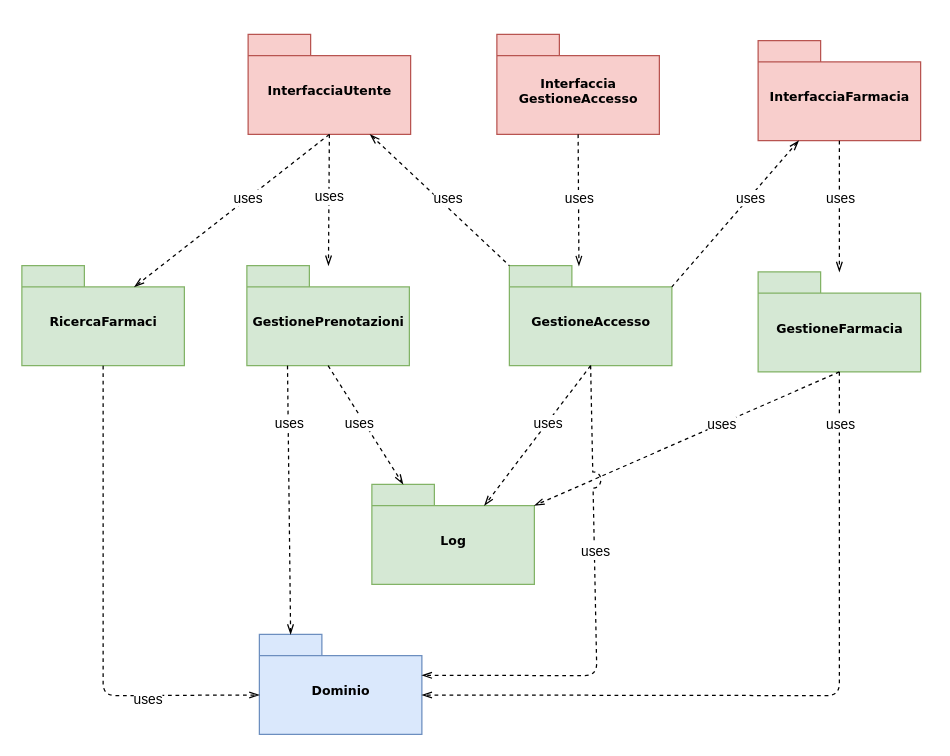
This is page "Package" (1 of 4) of drawio/Architettura Logica/Diagrammi.drawio from lnwor/farmabyte-doc, a draw.io file, before an edit. Source tidied: cells renumbered, new cells numbered last; positions are measured from the earlier drawing's top-left corner, leaving out a move shared by most shapes. Both pictures are drawn from the tidied source at 125%, with x=0, y=0 at pixel (21, 34).
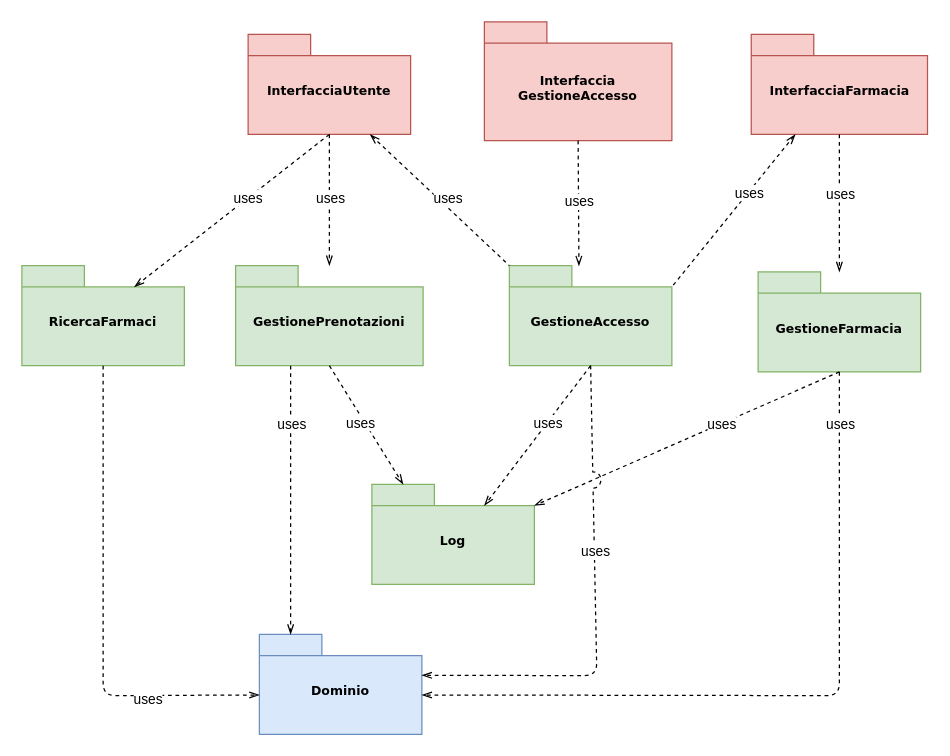
The same page after the edit.

Diff of the diagram source:
```diff
@@
-    <mxCell id="2" value="Dominio" style="shape=folder;fontStyle=1;spacingTop=10;tabWidth=50;tabHeight=17;tabPosition=left;html=1;rounded=0;shadow=0;comic=0;labelBackgroundColor=none;strokeColor=#6c8ebf;strokeWidth=1;fillColor=#dae8fc;fontFamily=Verdana;fontSize=10;align=center;" parent="1" vertex="1">
+    <mxCell id="2" value="Dominio" style="shape=folder;fontStyle=1;spacingTop=10;tabWidth=50;tabHeight=17;tabPosition=left;html=1;rounded=0;shadow=0;comic=0;labelBackgroundColor=none;strokeColor=#6c8ebf;strokeWidth=1;fillColor=#dae8fc;fontFamily=Verdana;fontSize=10;align=center;whiteSpace=wrap;" parent="1" vertex="1">
       <mxGeometry x="190" y="480" width="130" height="80" as="geometry" />
     </mxCell>
-    <mxCell id="3" value="GestionePrenotazioni" style="shape=folder;fontStyle=1;spacingTop=10;tabWidth=50;tabHeight=17;tabPosition=left;html=1;rounded=0;shadow=0;comic=0;labelBackgroundColor=none;strokeColor=#82b366;strokeWidth=1;fillColor=#d5e8d4;fontFamily=Verdana;fontSize=10;align=center;" parent="1" vertex="1">
-      <mxGeometry x="180" y="185" width="130" height="80" as="geometry" />
+    <mxCell id="3" value="GestionePrenotazioni" style="shape=folder;fontStyle=1;spacingTop=10;tabWidth=50;tabHeight=17;tabPosition=left;html=1;rounded=0;shadow=0;comic=0;labelBackgroundColor=none;strokeColor=#82b366;strokeWidth=1;fillColor=#d5e8d4;fontFamily=Verdana;fontSize=10;align=center;whiteSpace=wrap;" parent="1" vertex="1">
+      <mxGeometry x="171" y="185" width="150" height="80" as="geometry" />
     </mxCell>
-    <mxCell id="4" value="GestioneAccesso" style="shape=folder;fontStyle=1;spacingTop=10;tabWidth=50;tabHeight=17;tabPosition=left;html=1;rounded=0;shadow=0;comic=0;labelBackgroundColor=none;strokeColor=#82b366;strokeWidth=1;fillColor=#d5e8d4;fontFamily=Verdana;fontSize=10;align=center;" parent="1" vertex="1">
+    <mxCell id="4" value="GestioneAccesso" style="shape=folder;fontStyle=1;spacingTop=10;tabWidth=50;tabHeight=17;tabPosition=left;html=1;rounded=0;shadow=0;comic=0;labelBackgroundColor=none;strokeColor=#82b366;strokeWidth=1;fillColor=#d5e8d4;fontFamily=Verdana;fontSize=10;align=center;whiteSpace=wrap;" parent="1" vertex="1">
       <mxGeometry x="390" y="185" width="130" height="80" as="geometry" />
     </mxCell>
-    <mxCell id="5" value="InterfacciaFarmacia" style="shape=folder;fontStyle=1;spacingTop=10;tabWidth=50;tabHeight=17;tabPosition=left;html=1;rounded=0;shadow=0;comic=0;labelBackgroundColor=none;strokeColor=#b85450;strokeWidth=1;fillColor=#f8cecc;fontFamily=Verdana;fontSize=10;align=center;" parent="1" vertex="1">
-      <mxGeometry x="589" y="5" width="130" height="80" as="geometry" />
+    <mxCell id="5" value="InterfacciaFarmacia" style="shape=folder;fontStyle=1;spacingTop=10;tabWidth=50;tabHeight=17;tabPosition=left;html=1;rounded=0;shadow=0;comic=0;labelBackgroundColor=none;strokeColor=#b85450;strokeWidth=1;fillColor=#f8cecc;fontFamily=Verdana;fontSize=10;align=center;whiteSpace=wrap;" parent="1" vertex="1">
+      <mxGeometry x="583.5" width="141" height="80" as="geometry" />
     </mxCell>
-    <mxCell id="6" value="InterfacciaUtente" style="shape=folder;fontStyle=1;spacingTop=10;tabWidth=50;tabHeight=17;tabPosition=left;html=1;rounded=0;shadow=0;comic=0;labelBackgroundColor=none;strokeColor=#b85450;strokeWidth=1;fillColor=#f8cecc;fontFamily=Verdana;fontSize=10;align=center;" parent="1" vertex="1">
+    <mxCell id="6" value="InterfacciaUtente" style="shape=folder;fontStyle=1;spacingTop=10;tabWidth=50;tabHeight=17;tabPosition=left;html=1;rounded=0;shadow=0;comic=0;labelBackgroundColor=none;strokeColor=#b85450;strokeWidth=1;fillColor=#f8cecc;fontFamily=Verdana;fontSize=10;align=center;whiteSpace=wrap;" parent="1" vertex="1">
       <mxGeometry x="181" width="130" height="80" as="geometry" />
     </mxCell>
-    <mxCell id="7" value="Interfaccia&lt;br&gt;GestioneAccesso" style="shape=folder;fontStyle=1;spacingTop=10;tabWidth=50;tabHeight=17;tabPosition=left;html=1;rounded=0;shadow=0;comic=0;labelBackgroundColor=none;strokeColor=#b85450;strokeWidth=1;fillColor=#f8cecc;fontFamily=Verdana;fontSize=10;align=center;" parent="1" vertex="1">
-      <mxGeometry x="380" width="130" height="80" as="geometry" />
+    <mxCell id="7" value="Interfaccia&lt;br&gt;GestioneAccesso" style="shape=folder;fontStyle=1;spacingTop=10;tabWidth=50;tabHeight=17;tabPosition=left;html=1;rounded=0;shadow=0;comic=0;labelBackgroundColor=none;strokeColor=#b85450;strokeWidth=1;fillColor=#f8cecc;fontFamily=Verdana;fontSize=10;align=center;whiteSpace=wrap;" parent="1" vertex="1">
+      <mxGeometry x="370" y="-10" width="150" height="95" as="geometry" />
     </mxCell>
-    <mxCell id="8" value="Log" style="shape=folder;fontStyle=1;spacingTop=10;tabWidth=50;tabHeight=17;tabPosition=left;html=1;rounded=0;shadow=0;comic=0;labelBackgroundColor=none;strokeWidth=1;fontFamily=Verdana;fontSize=10;align=center;fillColor=#d5e8d4;strokeColor=#82b366;" parent="1" vertex="1">
+    <mxCell id="8" value="Log" style="shape=folder;fontStyle=1;spacingTop=10;tabWidth=50;tabHeight=17;tabPosition=left;html=1;rounded=0;shadow=0;comic=0;labelBackgroundColor=none;strokeWidth=1;fontFamily=Verdana;fontSize=10;align=center;fillColor=#d5e8d4;strokeColor=#82b366;whiteSpace=wrap;" parent="1" vertex="1">
       <mxGeometry x="280" y="360" width="130" height="80" as="geometry" />
     </mxCell>
-    <mxCell id="9" value="GestioneFarmacia" style="shape=folder;fontStyle=1;spacingTop=10;tabWidth=50;tabHeight=17;tabPosition=left;html=1;rounded=0;shadow=0;comic=0;labelBackgroundColor=none;strokeWidth=1;fontFamily=Verdana;fontSize=10;align=center;fillColor=#d5e8d4;strokeColor=#82b366;" parent="1" vertex="1">
+    <mxCell id="9" value="GestioneFarmacia" style="shape=folder;fontStyle=1;spacingTop=10;tabWidth=50;tabHeight=17;tabPosition=left;html=1;rounded=0;shadow=0;comic=0;labelBackgroundColor=none;strokeWidth=1;fontFamily=Verdana;fontSize=10;align=center;fillColor=#d5e8d4;strokeColor=#82b366;whiteSpace=wrap;" parent="1" vertex="1">
       <mxGeometry x="589" y="190" width="130" height="80" as="geometry" />
     </mxCell>
-    <mxCell id="10" value="RicercaFarmaci" style="shape=folder;fontStyle=1;spacingTop=10;tabWidth=50;tabHeight=17;tabPosition=left;html=1;rounded=0;shadow=0;comic=0;labelBackgroundColor=none;strokeColor=#82b366;strokeWidth=1;fillColor=#d5e8d4;fontFamily=Verdana;fontSize=10;align=center;" parent="1" vertex="1">
+    <mxCell id="10" value="RicercaFarmaci" style="shape=folder;fontStyle=1;spacingTop=10;tabWidth=50;tabHeight=17;tabPosition=left;html=1;rounded=0;shadow=0;comic=0;labelBackgroundColor=none;strokeColor=#82b366;strokeWidth=1;fillColor=#d5e8d4;fontFamily=Verdana;fontSize=10;align=center;whiteSpace=wrap;" parent="1" vertex="1">
       <mxGeometry y="185" width="130" height="80" as="geometry" />
     </mxCell>
@@
-    <mxCell id="29" style="endArrow=openThin;html=1;dashed=1;endFill=0;exitX=0.25;exitY=1;exitDx=0;exitDy=0;exitPerimeter=0;entryX=0;entryY=0;entryDx=25;entryDy=0;entryPerimeter=0;" parent="1" edge="1" source="3" target="2">
-      <mxGeometry relative="1" as="geometry" />
+    <mxCell id="29" style="endArrow=openThin;html=1;dashed=1;endFill=0;entryX=0;entryY=0;entryDx=25;entryDy=0;entryPerimeter=0;" parent="1" edge="1" target="2">
+      <mxGeometry relative="1" as="geometry">
+        <mxPoint x="215" y="265" as="sourcePoint" />
+      </mxGeometry>
     </mxCell>
```
